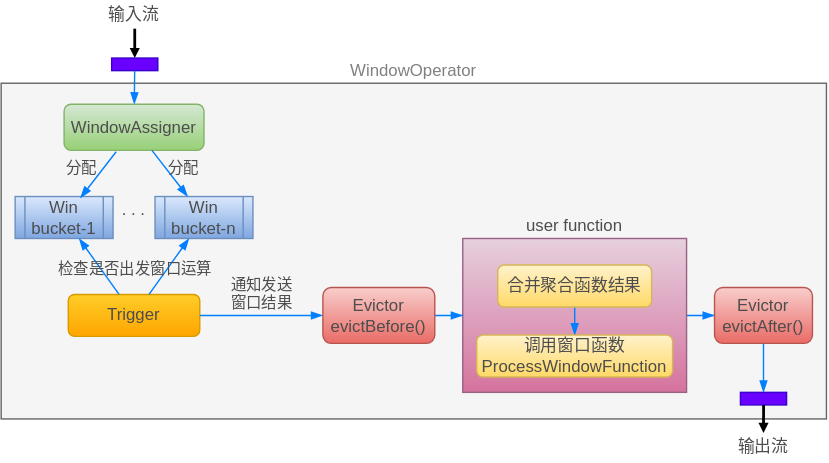
Above: images/flink/window-lifecycle.svg in jtLiBrain/jtLiBrain.github.io (draw.io), before the change. Source tidied: cells renumbered, new cells last; positions are measured from the earlier drawing's top-left corner, leaving out a move shared by most shapes. Source of this version:
```xml
<mxGraphModel>
  <root>
    <mxCell id="0" />
    <mxCell id="1" parent="0" />
    <mxCell id="2" value="WindowOperator" style="rounded=0;whiteSpace=wrap;fillColor=#f5f5f5;strokeColor=#666666;labelPosition=center;verticalLabelPosition=top;align=center;verticalAlign=bottom;fontColor=#808080;" parent="1" vertex="1">
      <mxGeometry y="59" width="590" height="240" as="geometry" />
    </mxCell>
    <mxCell id="3" style="endArrow=block;html=1;endFill=1;endSize=2;strokeWidth=2;fontColor=#4D4D4D;" parent="1" edge="1" target="4">
      <mxGeometry relative="1" as="geometry">
        <mxPoint x="95.5" y="20" as="sourcePoint" />
      </mxGeometry>
    </mxCell>
    <mxCell id="4" style="rounded=0;whiteSpace=wrap;html=1;fillColor=#6a00ff;strokeColor=#3700CC;fontColor=#4D4D4D;" parent="1" vertex="1">
      <mxGeometry x="79" y="41" width="33" height="9" as="geometry" />
    </mxCell>
    <mxCell id="5" value="Win bucket-1" style="shape=process;whiteSpace=wrap;html=1;backgroundOutline=1;fillColor=#dae8fc;strokeColor=#6c8ebf;gradientColor=#7ea6e0;fontColor=#4D4D4D;" parent="1" vertex="1">
      <mxGeometry x="10" y="140" width="70" height="30" as="geometry" />
    </mxCell>
    <mxCell id="6" value="Win bucket-n" style="shape=process;whiteSpace=wrap;html=1;backgroundOutline=1;fillColor=#dae8fc;strokeColor=#6c8ebf;gradientColor=#7ea6e0;fontColor=#4D4D4D;" parent="1" vertex="1">
      <mxGeometry x="110" y="140" width="70" height="30" as="geometry" />
    </mxCell>
    <mxCell id="7" value="&lt;span&gt;WindowAssigner&lt;/span&gt;" style="rounded=1;whiteSpace=wrap;html=1;fillColor=#d5e8d4;strokeColor=#82b366;gradientColor=#97d077;fontColor=#4D4D4D;" parent="1" vertex="1">
      <mxGeometry x="45" y="74" width="100" height="33" as="geometry" />
    </mxCell>
    <mxCell id="8" value="分配" style="endArrow=blockThin;html=1;endFill=1;fillColor=#fff2cc;strokeColor=#007FFF;labelBackgroundColor=none;fontColor=#4D4D4D;" parent="1" edge="1" source="7" target="6">
      <mxGeometry x="0.16" y="10" relative="1" as="geometry" />
    </mxCell>
    <mxCell id="9" value="分配" style="endArrow=blockThin;html=1;endFill=1;fillColor=#fff2cc;strokeColor=#007FFF;labelBackgroundColor=none;fontColor=#4D4D4D;" parent="1" edge="1">
      <mxGeometry x="0.2" y="-13" relative="1" as="geometry">
        <mxPoint x="82.2" y="108" as="sourcePoint" />
        <mxPoint x="56.6" y="141" as="targetPoint" />
      </mxGeometry>
    </mxCell>
    <mxCell id="10" value=". . ." style="text;html=1;strokeColor=none;fillColor=none;align=center;verticalAlign=middle;whiteSpace=wrap;rounded=0;fontColor=#4D4D4D;" parent="1" vertex="1">
      <mxGeometry x="80" y="140" width="30" height="20" as="geometry" />
    </mxCell>
    <mxCell id="11" value="&lt;span&gt;Trigger&lt;/span&gt;" style="rounded=1;whiteSpace=wrap;html=1;fillColor=#ffcd28;strokeColor=#d79b00;gradientColor=#ffa500;fontColor=#4D4D4D;" parent="1" vertex="1">
      <mxGeometry x="48" y="210" width="94" height="30" as="geometry" />
    </mxCell>
    <mxCell id="12" style="endArrow=blockThin;html=1;endFill=1;fillColor=#fff2cc;strokeColor=#007FFF;fontColor=#4D4D4D;labelBackgroundColor=none;" parent="1" edge="1" source="11" target="5">
      <mxGeometry x="-0.89" y="-15" relative="1" as="geometry" />
    </mxCell>
    <mxCell id="13" style="endArrow=blockThin;html=1;endFill=1;fillColor=#fff2cc;strokeColor=#007FFF;fontColor=#4D4D4D;" parent="1" edge="1" source="11" target="6">
      <mxGeometry relative="1" as="geometry" />
    </mxCell>
    <mxCell id="14" style="edgeStyle=orthogonalEdgeStyle;rounded=0;jettySize=auto;html=1;labelBackgroundColor=none;endArrow=blockThin;endFill=1;fillColor=#fff2cc;strokeColor=#007FFF;fontColor=#4D4D4D;" parent="1" edge="1" source="15" target="23">
      <mxGeometry relative="1" as="geometry" />
    </mxCell>
    <mxCell id="15" value="user function" style="rounded=0;whiteSpace=wrap;html=1;labelPosition=center;verticalLabelPosition=top;align=center;verticalAlign=bottom;strokeColor=#996185;fillColor=#e6d0de;gradientColor=#d5739d;fontColor=#4D4D4D;" parent="1" vertex="1">
      <mxGeometry x="330" y="170" width="160" height="110" as="geometry" />
    </mxCell>
    <mxCell id="16" style="edgeStyle=orthogonalEdgeStyle;rounded=0;jettySize=auto;html=1;labelBackgroundColor=none;endArrow=blockThin;endFill=1;fillColor=#fff2cc;strokeColor=#007FFF;fontColor=#4D4D4D;" parent="1" edge="1" source="17" target="18">
      <mxGeometry relative="1" as="geometry" />
    </mxCell>
    <mxCell id="17" value="合并聚合函数结果" style="rounded=1;whiteSpace=wrap;strokeColor=#d6b656;fillColor=#fff2cc;gradientColor=#ffd966;fontColor=#4D4D4D;" parent="1" vertex="1">
      <mxGeometry x="355" y="189" width="110" height="30" as="geometry" />
    </mxCell>
    <mxCell id="18" value="调用窗口函数ProcessWindowFunction" style="rounded=1;whiteSpace=wrap;strokeColor=#d6b656;fillColor=#fff2cc;gradientColor=#ffd966;fontColor=#4D4D4D;" parent="1" vertex="1">
      <mxGeometry x="340" y="239" width="140" height="30" as="geometry" />
    </mxCell>
    <mxCell id="19" value="通知发送&lt;br&gt;窗口结果" style="edgeStyle=orthogonalEdgeStyle;rounded=0;jettySize=auto;html=1;labelBackgroundColor=none;labelPosition=center;verticalLabelPosition=top;align=center;verticalAlign=bottom;endArrow=blockThin;endFill=1;fillColor=#fff2cc;strokeColor=#007FFF;fontColor=#4D4D4D;" parent="1" edge="1" source="11" target="21">
      <mxGeometry relative="1" as="geometry" />
    </mxCell>
    <mxCell id="20" style="edgeStyle=orthogonalEdgeStyle;rounded=0;jettySize=auto;html=1;labelBackgroundColor=none;endArrow=blockThin;endFill=1;fillColor=#fff2cc;strokeColor=#007FFF;fontColor=#4D4D4D;" parent="1" edge="1" source="21" target="15">
      <mxGeometry relative="1" as="geometry" />
    </mxCell>
    <mxCell id="21" value="Evictor&#10;evictBefore()" style="rounded=1;whiteSpace=wrap;fillColor=#f8cecc;strokeColor=#b85450;gradientColor=#ea6b66;fontColor=#4D4D4D;" parent="1" vertex="1">
      <mxGeometry x="230" y="205" width="80" height="40" as="geometry" />
    </mxCell>
    <mxCell id="22" style="edgeStyle=orthogonalEdgeStyle;rounded=0;jettySize=auto;html=1;labelBackgroundColor=none;endArrow=blockThin;endFill=1;fillColor=#fff2cc;strokeColor=#007FFF;fontColor=#4D4D4D;" parent="1" edge="1" source="23" target="24">
      <mxGeometry relative="1" as="geometry" />
    </mxCell>
    <mxCell id="23" value="Evictor&#10;evictAfter()" style="rounded=1;whiteSpace=wrap;fillColor=#f8cecc;strokeColor=#b85450;gradientColor=#ea6b66;fontColor=#4D4D4D;" parent="1" vertex="1">
      <mxGeometry x="510" y="205" width="70" height="40" as="geometry" />
    </mxCell>
    <mxCell id="24" style="rounded=0;whiteSpace=wrap;html=1;fillColor=#6a00ff;strokeColor=#3700CC;fontColor=#4D4D4D;" parent="1" vertex="1">
      <mxGeometry x="528.5" y="280" width="33" height="9" as="geometry" />
    </mxCell>
    <mxCell id="25" style="endArrow=block;html=1;endFill=1;endSize=2;strokeWidth=2;fontColor=#4D4D4D;" parent="1" edge="1">
      <mxGeometry relative="1" as="geometry">
        <mxPoint x="545.1" y="289" as="sourcePoint" />
        <mxPoint x="545" y="309" as="targetPoint" />
      </mxGeometry>
    </mxCell>
    <mxCell id="26" value="输入流" style="text;html=1;strokeColor=none;fillColor=none;align=center;verticalAlign=middle;whiteSpace=wrap;rounded=0;fontColor=#4D4D4D;" parent="1" vertex="1">
      <mxGeometry x="75" width="40" height="20" as="geometry" />
    </mxCell>
    <mxCell id="27" value="输出流" style="text;html=1;strokeColor=none;fillColor=none;align=center;verticalAlign=middle;whiteSpace=wrap;rounded=0;fontColor=#4D4D4D;" parent="1" vertex="1">
      <mxGeometry x="525" y="309" width="40" height="20" as="geometry" />
    </mxCell>
    <mxCell id="28" style="endArrow=blockThin;html=1;labelBackgroundColor=none;strokeWidth=1;endFill=1;fillColor=#fff2cc;strokeColor=#007FFF;fontColor=#4D4D4D;" parent="1" edge="1" source="4" target="7">
      <mxGeometry relative="1" as="geometry" />
    </mxCell>
    <mxCell id="29" value="&lt;span style=&quot;font-size: 11px&quot;&gt;检查是否出发窗口运算&lt;/span&gt;" style="text;html=1;strokeColor=none;fillColor=none;align=center;verticalAlign=middle;whiteSpace=wrap;rounded=0;fontColor=#4D4D4D;" parent="1" vertex="1">
      <mxGeometry x="35.5" y="182" width="120" height="20" as="geometry" />
    </mxCell>
  </root>
</mxGraphModel>
```
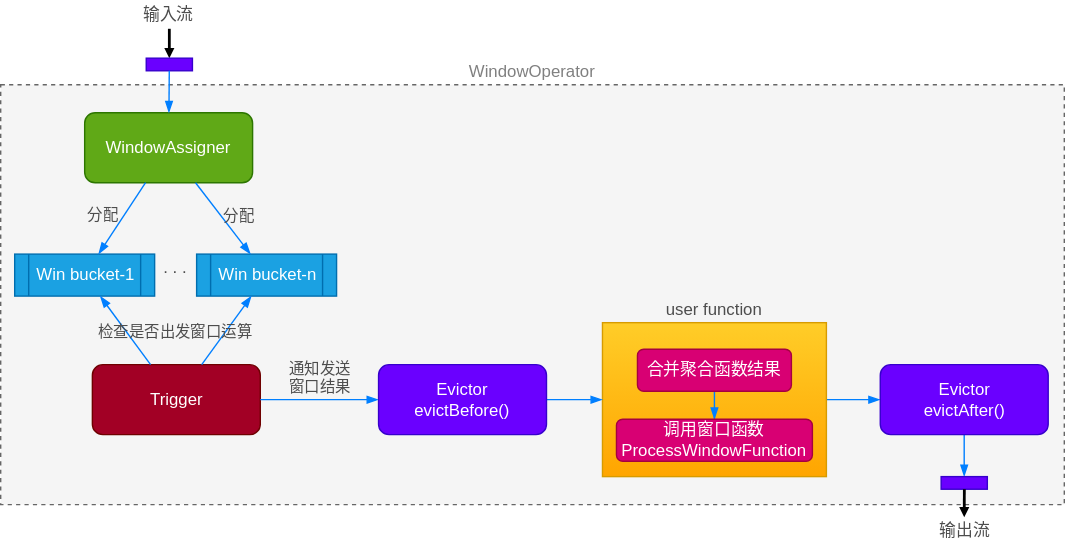
Above is the later version.

The edit, as a diff of the source:
```diff
@@ -1,41 +1,38 @@
-<mxGraphModel>
+<mxGraphModel background="#ffffff">
   <root>
     <mxCell id="0" />
     <mxCell id="1" parent="0" />
-    <mxCell id="2" value="WindowOperator" style="rounded=0;whiteSpace=wrap;fillColor=#f5f5f5;strokeColor=#666666;labelPosition=center;verticalLabelPosition=top;align=center;verticalAlign=bottom;fontColor=#808080;" parent="1" vertex="1">
-      <mxGeometry y="59" width="590" height="240" as="geometry" />
+    <mxCell id="2" value="WindowOperator" style="rounded=0;whiteSpace=wrap;fillColor=#f5f5f5;strokeColor=#666666;labelPosition=center;verticalLabelPosition=top;align=center;verticalAlign=bottom;fontColor=#808080;dashed=1;" parent="1" vertex="1">
+      <mxGeometry x="-80" y="19" width="760" height="300" as="geometry" />
     </mxCell>
     <mxCell id="3" style="endArrow=block;html=1;endFill=1;endSize=2;strokeWidth=2;fontColor=#4D4D4D;" parent="1" edge="1" target="4">
       <mxGeometry relative="1" as="geometry">
-        <mxPoint x="95.5" y="20" as="sourcePoint" />
+        <mxPoint x="40.5" y="-21" as="sourcePoint" />
       </mxGeometry>
     </mxCell>
     <mxCell id="4" style="rounded=0;whiteSpace=wrap;html=1;fillColor=#6a00ff;strokeColor=#3700CC;fontColor=#4D4D4D;" parent="1" vertex="1">
-      <mxGeometry x="79" y="41" width="33" height="9" as="geometry" />
+      <mxGeometry x="24" width="33" height="9" as="geometry" />
     </mxCell>
-    <mxCell id="5" value="Win bucket-1" style="shape=process;whiteSpace=wrap;html=1;backgroundOutline=1;fillColor=#dae8fc;strokeColor=#6c8ebf;gradientColor=#7ea6e0;fontColor=#4D4D4D;" parent="1" vertex="1">
-      <mxGeometry x="10" y="140" width="70" height="30" as="geometry" />
+    <mxCell id="5" value="Win bucket-1" style="shape=process;whiteSpace=wrap;html=1;backgroundOutline=1;fillColor=#1ba1e2;strokeColor=#006EAF;fontColor=#ffffff;" parent="1" vertex="1">
+      <mxGeometry x="-70" y="140" width="100" height="30" as="geometry" />
     </mxCell>
-    <mxCell id="6" value="Win bucket-n" style="shape=process;whiteSpace=wrap;html=1;backgroundOutline=1;fillColor=#dae8fc;strokeColor=#6c8ebf;gradientColor=#7ea6e0;fontColor=#4D4D4D;" parent="1" vertex="1">
-      <mxGeometry x="110" y="140" width="70" height="30" as="geometry" />
+    <mxCell id="6" value="Win bucket-n" style="shape=process;whiteSpace=wrap;html=1;backgroundOutline=1;fillColor=#1ba1e2;strokeColor=#006EAF;fontColor=#ffffff;" parent="1" vertex="1">
+      <mxGeometry x="60" y="140" width="100" height="30" as="geometry" />
     </mxCell>
-    <mxCell id="7" value="&lt;span&gt;WindowAssigner&lt;/span&gt;" style="rounded=1;whiteSpace=wrap;html=1;fillColor=#d5e8d4;strokeColor=#82b366;gradientColor=#97d077;fontColor=#4D4D4D;" parent="1" vertex="1">
-      <mxGeometry x="45" y="74" width="100" height="33" as="geometry" />
+    <mxCell id="7" value="&lt;span&gt;WindowAssigner&lt;/span&gt;" style="rounded=1;whiteSpace=wrap;html=1;fillColor=#60a917;strokeColor=#2D7600;fontColor=#ffffff;" parent="1" vertex="1">
+      <mxGeometry x="-20" y="39" width="120" height="50" as="geometry" />
     </mxCell>
     <mxCell id="8" value="分配" style="endArrow=blockThin;html=1;endFill=1;fillColor=#fff2cc;strokeColor=#007FFF;labelBackgroundColor=none;fontColor=#4D4D4D;" parent="1" edge="1" source="7" target="6">
       <mxGeometry x="0.16" y="10" relative="1" as="geometry" />
     </mxCell>
-    <mxCell id="9" value="分配" style="endArrow=blockThin;html=1;endFill=1;fillColor=#fff2cc;strokeColor=#007FFF;labelBackgroundColor=none;fontColor=#4D4D4D;" parent="1" edge="1">
-      <mxGeometry x="0.2" y="-13" relative="1" as="geometry">
-        <mxPoint x="82.2" y="108" as="sourcePoint" />
-        <mxPoint x="56.6" y="141" as="targetPoint" />
-      </mxGeometry>
+    <mxCell id="9" value="分配" style="endArrow=blockThin;html=1;endFill=1;fillColor=#fff2cc;strokeColor=#007FFF;labelBackgroundColor=none;fontColor=#4D4D4D;" parent="1" edge="1" source="7" target="5">
+      <mxGeometry x="0.2" y="-13" relative="1" as="geometry" />
     </mxCell>
     <mxCell id="10" value=". . ." style="text;html=1;strokeColor=none;fillColor=none;align=center;verticalAlign=middle;whiteSpace=wrap;rounded=0;fontColor=#4D4D4D;" parent="1" vertex="1">
-      <mxGeometry x="80" y="140" width="30" height="20" as="geometry" />
+      <mxGeometry x="30" y="140" width="30" height="20" as="geometry" />
     </mxCell>
-    <mxCell id="11" value="&lt;span&gt;Trigger&lt;/span&gt;" style="rounded=1;whiteSpace=wrap;html=1;fillColor=#ffcd28;strokeColor=#d79b00;gradientColor=#ffa500;fontColor=#4D4D4D;" parent="1" vertex="1">
-      <mxGeometry x="48" y="210" width="94" height="30" as="geometry" />
+    <mxCell id="11" value="&lt;span&gt;Trigger&lt;/span&gt;" style="rounded=1;whiteSpace=wrap;html=1;fillColor=#a20025;strokeColor=#6F0000;fontColor=#ffffff;" parent="1" vertex="1">
+      <mxGeometry x="-14.5" y="219" width="120" height="50" as="geometry" />
     </mxCell>
     <mxCell id="12" style="endArrow=blockThin;html=1;endFill=1;fillColor=#fff2cc;strokeColor=#007FFF;fontColor=#4D4D4D;labelBackgroundColor=none;" parent="1" edge="1" source="11" target="5">
       <mxGeometry x="-0.89" y="-15" relative="1" as="geometry" />
@@ -46,17 +43,17 @@
     <mxCell id="14" style="edgeStyle=orthogonalEdgeStyle;rounded=0;jettySize=auto;html=1;labelBackgroundColor=none;endArrow=blockThin;endFill=1;fillColor=#fff2cc;strokeColor=#007FFF;fontColor=#4D4D4D;" parent="1" edge="1" source="15" target="23">
       <mxGeometry relative="1" as="geometry" />
     </mxCell>
-    <mxCell id="15" value="user function" style="rounded=0;whiteSpace=wrap;html=1;labelPosition=center;verticalLabelPosition=top;align=center;verticalAlign=bottom;strokeColor=#996185;fillColor=#e6d0de;gradientColor=#d5739d;fontColor=#4D4D4D;" parent="1" vertex="1">
-      <mxGeometry x="330" y="170" width="160" height="110" as="geometry" />
+    <mxCell id="15" value="&lt;font color=&quot;#4d4d4d&quot;&gt;user function&lt;/font&gt;" style="rounded=0;whiteSpace=wrap;html=1;labelPosition=center;verticalLabelPosition=top;align=center;verticalAlign=bottom;strokeColor=#d79b00;fillColor=#ffcd28;gradientColor=#ffa500;" parent="1" vertex="1">
+      <mxGeometry x="350" y="189" width="160" height="110" as="geometry" />
     </mxCell>
     <mxCell id="16" style="edgeStyle=orthogonalEdgeStyle;rounded=0;jettySize=auto;html=1;labelBackgroundColor=none;endArrow=blockThin;endFill=1;fillColor=#fff2cc;strokeColor=#007FFF;fontColor=#4D4D4D;" parent="1" edge="1" source="17" target="18">
       <mxGeometry relative="1" as="geometry" />
     </mxCell>
-    <mxCell id="17" value="合并聚合函数结果" style="rounded=1;whiteSpace=wrap;strokeColor=#d6b656;fillColor=#fff2cc;gradientColor=#ffd966;fontColor=#4D4D4D;" parent="1" vertex="1">
-      <mxGeometry x="355" y="189" width="110" height="30" as="geometry" />
+    <mxCell id="17" value="合并聚合函数结果" style="rounded=1;whiteSpace=wrap;fillColor=#d80073;strokeColor=#A50040;fontColor=#ffffff;" parent="1" vertex="1">
+      <mxGeometry x="375" y="208" width="110" height="30" as="geometry" />
     </mxCell>
-    <mxCell id="18" value="调用窗口函数ProcessWindowFunction" style="rounded=1;whiteSpace=wrap;strokeColor=#d6b656;fillColor=#fff2cc;gradientColor=#ffd966;fontColor=#4D4D4D;" parent="1" vertex="1">
-      <mxGeometry x="340" y="239" width="140" height="30" as="geometry" />
+    <mxCell id="18" value="调用窗口函数ProcessWindowFunction" style="rounded=1;whiteSpace=wrap;fillColor=#d80073;strokeColor=#A50040;fontColor=#ffffff;" parent="1" vertex="1">
+      <mxGeometry x="360" y="258" width="140" height="30" as="geometry" />
     </mxCell>
     <mxCell id="19" value="通知发送&lt;br&gt;窗口结果" style="edgeStyle=orthogonalEdgeStyle;rounded=0;jettySize=auto;html=1;labelBackgroundColor=none;labelPosition=center;verticalLabelPosition=top;align=center;verticalAlign=bottom;endArrow=blockThin;endFill=1;fillColor=#fff2cc;strokeColor=#007FFF;fontColor=#4D4D4D;" parent="1" edge="1" source="11" target="21">
       <mxGeometry relative="1" as="geometry" />
@@ -64,35 +61,35 @@
     <mxCell id="20" style="edgeStyle=orthogonalEdgeStyle;rounded=0;jettySize=auto;html=1;labelBackgroundColor=none;endArrow=blockThin;endFill=1;fillColor=#fff2cc;strokeColor=#007FFF;fontColor=#4D4D4D;" parent="1" edge="1" source="21" target="15">
       <mxGeometry relative="1" as="geometry" />
     </mxCell>
-    <mxCell id="21" value="Evictor&#10;evictBefore()" style="rounded=1;whiteSpace=wrap;fillColor=#f8cecc;strokeColor=#b85450;gradientColor=#ea6b66;fontColor=#4D4D4D;" parent="1" vertex="1">
-      <mxGeometry x="230" y="205" width="80" height="40" as="geometry" />
+    <mxCell id="21" value="Evictor&#10;evictBefore()" style="rounded=1;whiteSpace=wrap;fillColor=#6a00ff;strokeColor=#3700CC;fontColor=#ffffff;" parent="1" vertex="1">
+      <mxGeometry x="190" y="219" width="120" height="50" as="geometry" />
     </mxCell>
     <mxCell id="22" style="edgeStyle=orthogonalEdgeStyle;rounded=0;jettySize=auto;html=1;labelBackgroundColor=none;endArrow=blockThin;endFill=1;fillColor=#fff2cc;strokeColor=#007FFF;fontColor=#4D4D4D;" parent="1" edge="1" source="23" target="24">
       <mxGeometry relative="1" as="geometry" />
     </mxCell>
-    <mxCell id="23" value="Evictor&#10;evictAfter()" style="rounded=1;whiteSpace=wrap;fillColor=#f8cecc;strokeColor=#b85450;gradientColor=#ea6b66;fontColor=#4D4D4D;" parent="1" vertex="1">
-      <mxGeometry x="510" y="205" width="70" height="40" as="geometry" />
+    <mxCell id="23" value="Evictor&#10;evictAfter()" style="rounded=1;whiteSpace=wrap;fillColor=#6a00ff;strokeColor=#3700CC;fontColor=#ffffff;" parent="1" vertex="1">
+      <mxGeometry x="548.5" y="219" width="120" height="50" as="geometry" />
     </mxCell>
     <mxCell id="24" style="rounded=0;whiteSpace=wrap;html=1;fillColor=#6a00ff;strokeColor=#3700CC;fontColor=#4D4D4D;" parent="1" vertex="1">
-      <mxGeometry x="528.5" y="280" width="33" height="9" as="geometry" />
+      <mxGeometry x="592" y="299" width="33" height="9" as="geometry" />
     </mxCell>
     <mxCell id="25" style="endArrow=block;html=1;endFill=1;endSize=2;strokeWidth=2;fontColor=#4D4D4D;" parent="1" edge="1">
       <mxGeometry relative="1" as="geometry">
-        <mxPoint x="545.1" y="289" as="sourcePoint" />
-        <mxPoint x="545" y="309" as="targetPoint" />
+        <mxPoint x="608.6" y="308" as="sourcePoint" />
+        <mxPoint x="608.5" y="328" as="targetPoint" />
       </mxGeometry>
     </mxCell>
     <mxCell id="26" value="输入流" style="text;html=1;strokeColor=none;fillColor=none;align=center;verticalAlign=middle;whiteSpace=wrap;rounded=0;fontColor=#4D4D4D;" parent="1" vertex="1">
-      <mxGeometry x="75" width="40" height="20" as="geometry" />
+      <mxGeometry x="20" y="-41" width="40" height="20" as="geometry" />
     </mxCell>
     <mxCell id="27" value="输出流" style="text;html=1;strokeColor=none;fillColor=none;align=center;verticalAlign=middle;whiteSpace=wrap;rounded=0;fontColor=#4D4D4D;" parent="1" vertex="1">
-      <mxGeometry x="525" y="309" width="40" height="20" as="geometry" />
+      <mxGeometry x="588.5" y="328" width="40" height="20" as="geometry" />
     </mxCell>
     <mxCell id="28" style="endArrow=blockThin;html=1;labelBackgroundColor=none;strokeWidth=1;endFill=1;fillColor=#fff2cc;strokeColor=#007FFF;fontColor=#4D4D4D;" parent="1" edge="1" source="4" target="7">
       <mxGeometry relative="1" as="geometry" />
     </mxCell>
     <mxCell id="29" value="&lt;span style=&quot;font-size: 11px&quot;&gt;检查是否出发窗口运算&lt;/span&gt;" style="text;html=1;strokeColor=none;fillColor=none;align=center;verticalAlign=middle;whiteSpace=wrap;rounded=0;fontColor=#4D4D4D;" parent="1" vertex="1">
-      <mxGeometry x="35.5" y="182" width="120" height="20" as="geometry" />
+      <mxGeometry x="-31.8" y="186" width="154.5" height="20" as="geometry" />
     </mxCell>
   </root>
 </mxGraphModel>
```
